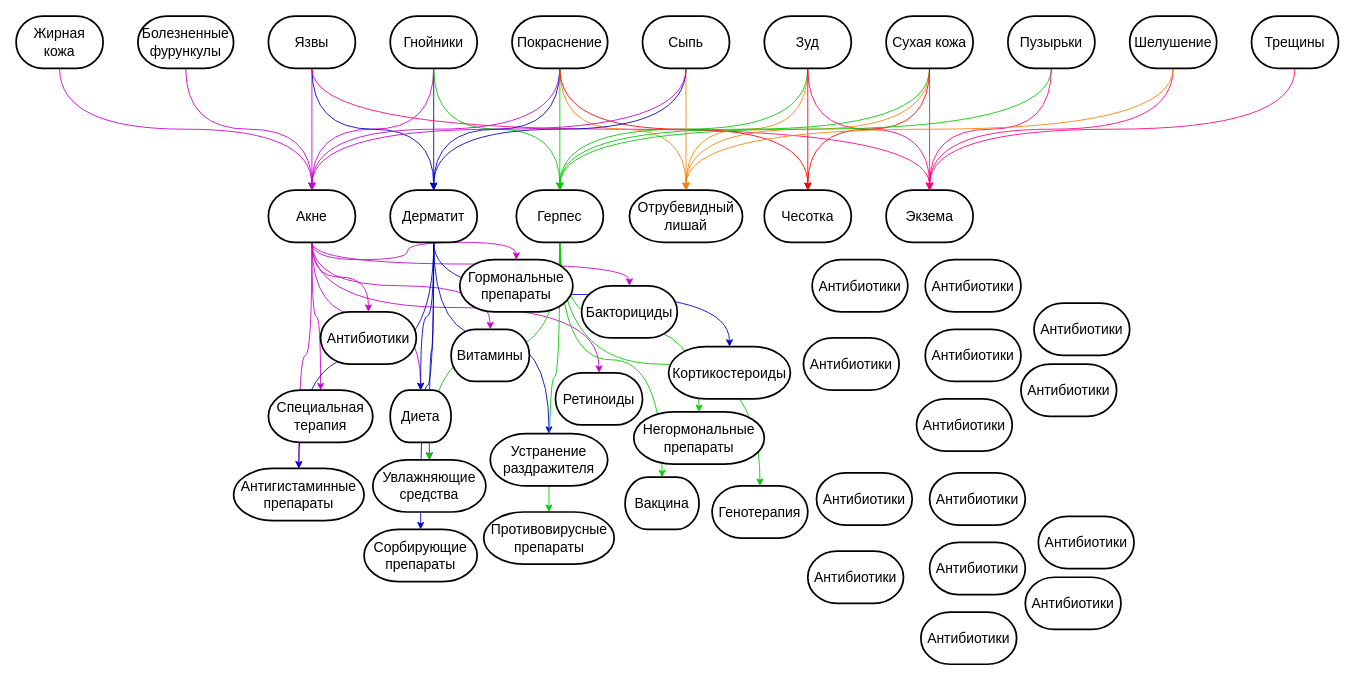
The draw.io diagram DZ2.drawio in DMfananddu/DSM, before the edit. Source tidied: cells renumbered, new cells numbered last; positions are measured from the earlier drawing's top-left corner, leaving out a move shared by most shapes. Both pictures are drawn from the tidied source at 87%, with x=0, y=0 at pixel (16, 16).
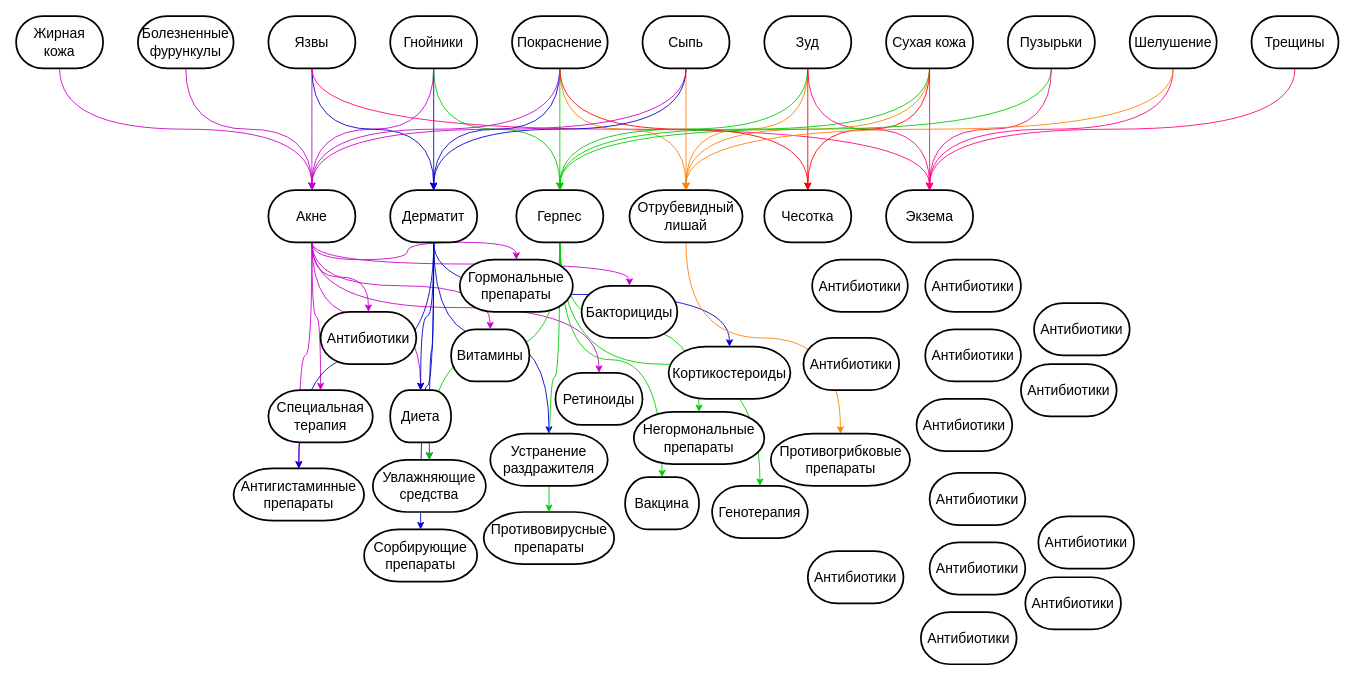
The same diagram, later.

Unchanged cells that the change refers to:
```xml
<mxCell id="19" value="Отрубевидный лишай" style="strokeWidth=2;html=1;shape=mxgraph.flowchart.terminator;whiteSpace=wrap;fontSize=16;" parent="1" vertex="1">
  <mxGeometry x="705" y="200" width="130" height="60" as="geometry" />
</mxCell>
```

What changed in the source:
```diff
@@
+    <mxCell id="97" style="edgeStyle=orthogonalEdgeStyle;curved=1;rounded=0;jettySize=auto;html=1;exitX=0.5;exitY=1;exitDx=0;exitDy=0;exitPerimeter=0;entryX=0.5;entryY=0;entryDx=0;entryDy=0;entryPerimeter=0;strokeColor=#FF8000;" parent="1" edge="1" source="19" target="90">
+      <mxGeometry relative="1" as="geometry" />
+    </mxCell>
@@
-    <mxCell id="90" value="Антибиотики" style="strokeWidth=2;html=1;shape=mxgraph.flowchart.terminator;whiteSpace=wrap;fontSize=16;" parent="1" vertex="1">
-      <mxGeometry x="920" y="525" width="110" height="60" as="geometry" />
+    <mxCell id="90" value="Противогрибковые препараты" style="strokeWidth=2;html=1;shape=mxgraph.flowchart.terminator;whiteSpace=wrap;fontSize=16;" parent="1" vertex="1">
+      <mxGeometry x="867.5" y="480" width="160" height="60" as="geometry" />
     </mxCell>
```
